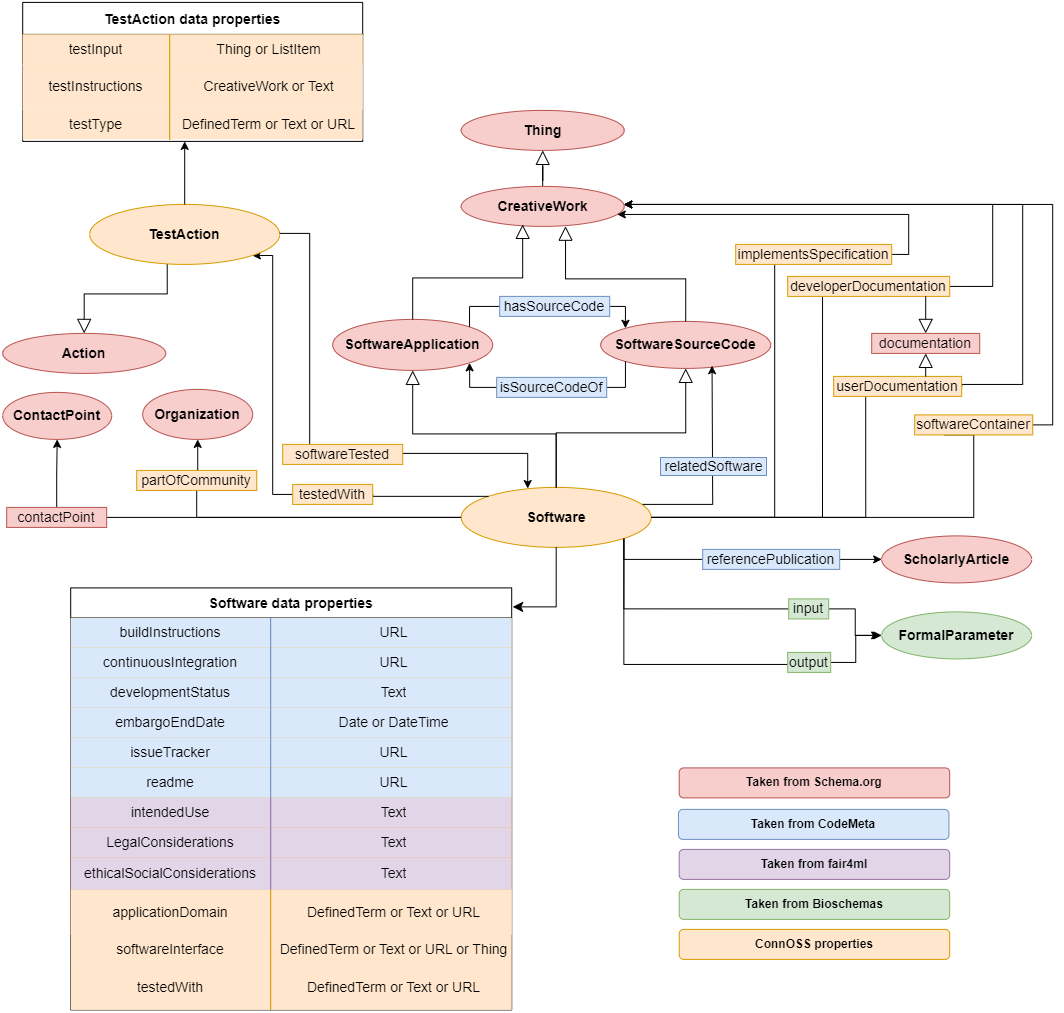
The draw.io diagram docs/ConnOSS_Schema_final_Minimum.drawio.png in ConnOSS-Project/vocab, before a commit. Source tidied: cells renumbered, new cells last; positions are measured from the earlier drawing's top-left corner, leaving out a move shared by most shapes.
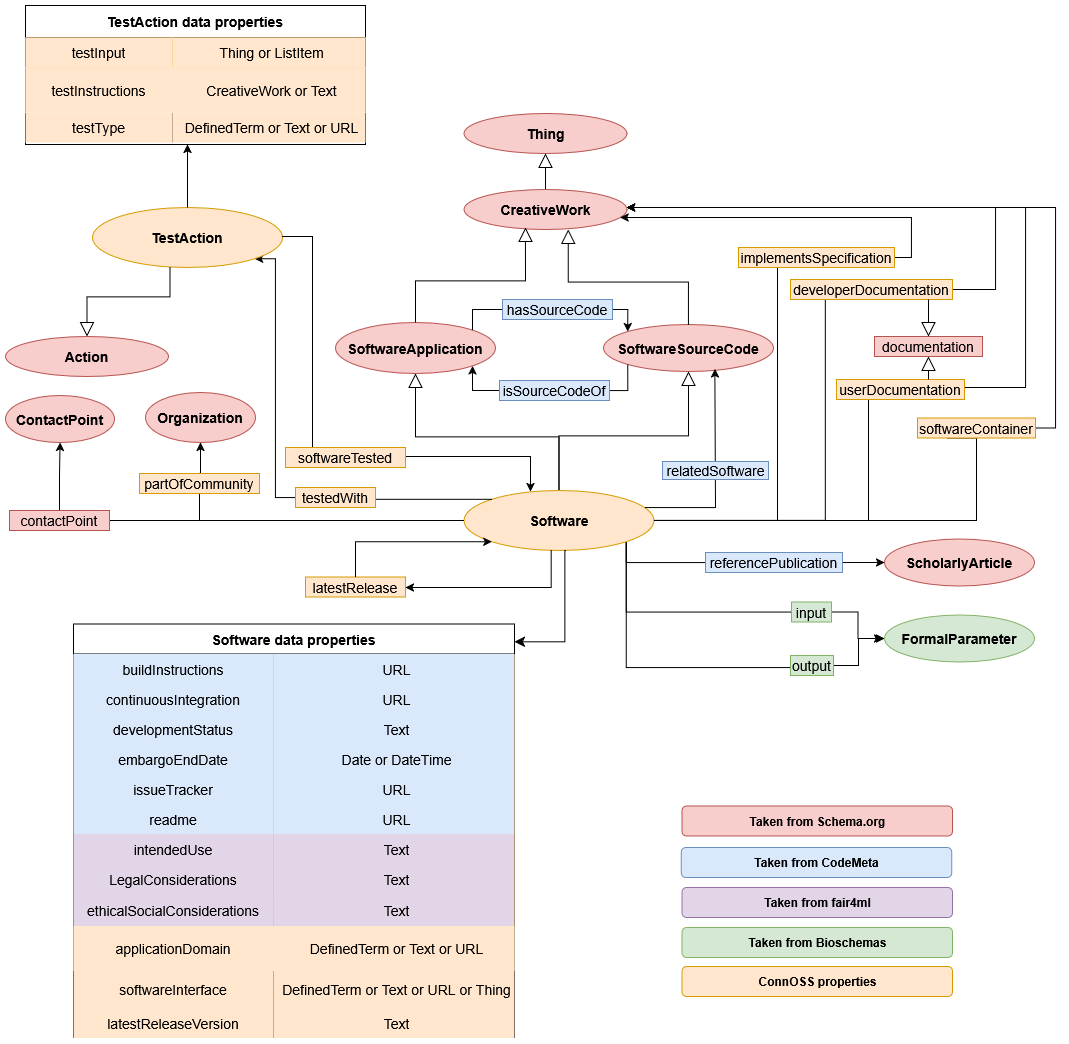
The same diagram one commit later.

What changed in the source:
```diff
@@ -236,7 +236,7 @@
       <mxGeometry x="134" y="468" width="120" height="20" as="geometry" />
     </mxCell>
     <mxCell id="53" value="Software data properties" style="shape=table;startSize=30;rowLines=0;fontStyle=1;fontSize=14;" parent="1" vertex="1">
-      <mxGeometry x="68" y="585.5" width="441" height="422" as="geometry" />
+      <mxGeometry x="68" y="618.5" width="441" height="413.5" as="geometry" />
     </mxCell>
     <mxCell id="54" style="shape=tableRow;horizontal=0;startSize=0;swimlaneHead=0;swimlaneBody=0;top=0;left=0;bottom=0;right=0;fillColor=#f0a30a;strokeColor=#BD7000;fontSize=14;fontColor=#000000;" parent="53" vertex="1">
       <mxGeometry y="30" width="441" height="30" as="geometry" />
@@ -329,37 +329,37 @@
       <mxGeometry x="200" width="241" height="45" as="geometry" />
     </mxCell>
     <mxCell id="84" style="shape=tableRow;horizontal=0;startSize=0;swimlaneHead=0;swimlaneBody=0;top=0;left=0;bottom=0;right=0;fillColor=none;strokeColor=inherit;fontSize=14;" parent="53" vertex="1">
-      <mxGeometry y="347" width="441" height="30" as="geometry" />
+      <mxGeometry y="347" width="441" height="37" as="geometry" />
     </mxCell>
     <mxCell id="85" value="&lt;font&gt;softwareInterface&lt;/font&gt;" style="shape=partialRectangle;html=1;whiteSpace=wrap;fillColor=#ffe6cc;top=0;left=0;bottom=0;right=0;overflow=hidden;strokeColor=#d79b00;fontSize=14;" parent="84" vertex="1">
-      <mxGeometry width="200" height="30" as="geometry" />
+      <mxGeometry width="200" height="37" as="geometry" />
     </mxCell>
     <mxCell id="86" value="DefinedTerm or Text or URL or Thing" style="shape=partialRectangle;html=1;whiteSpace=wrap;fillColor=#ffe6cc;top=0;left=0;bottom=0;right=0;align=center;spacingLeft=6;overflow=hidden;strokeColor=#d79b00;fontSize=14;" parent="84" vertex="1">
-      <mxGeometry x="200" width="241" height="30" as="geometry" />
+      <mxGeometry x="200" width="241" height="37" as="geometry" />
     </mxCell>
-    <mxCell id="87" style="shape=tableRow;horizontal=0;startSize=0;swimlaneHead=0;swimlaneBody=0;top=0;left=0;bottom=0;right=0;fillColor=none;strokeColor=inherit;fontSize=14;" parent="53" vertex="1">
-      <mxGeometry y="377" width="441" height="45" as="geometry" />
-    </mxCell>
-    <mxCell id="88" value="testedWith" style="shape=partialRectangle;html=1;whiteSpace=wrap;fillColor=#ffe6cc;top=0;left=0;bottom=0;right=0;overflow=hidden;strokeColor=#d79b00;fontSize=14;" parent="87" vertex="1">
-      <mxGeometry width="200" height="45" as="geometry" />
-    </mxCell>
-    <mxCell id="89" value="DefinedTerm or Text or URL" style="shape=partialRectangle;html=1;whiteSpace=wrap;fillColor=#ffe6cc;top=0;left=0;bottom=0;right=0;align=center;spacingLeft=6;overflow=hidden;strokeColor=#d79b00;fontSize=14;" parent="87" vertex="1">
-      <mxGeometry x="200" width="241" height="45" as="geometry" />
-    </mxCell>
+    <mxCell id="116" style="shape=tableRow;horizontal=0;startSize=0;swimlaneHead=0;swimlaneBody=0;top=0;left=0;bottom=0;right=0;fillColor=none;strokeColor=inherit;fontSize=14;" parent="53" vertex="1">
+      <mxGeometry y="384" width="441" height="30" as="geometry" />
+    </mxCell>
+    <mxCell id="117" value="&lt;font&gt;latestReleaseVersion&lt;/font&gt;" style="shape=partialRectangle;html=1;whiteSpace=wrap;fillColor=#ffe6cc;top=0;left=0;bottom=0;right=0;overflow=hidden;strokeColor=#d79b00;fontSize=14;" parent="116" vertex="1">
+      <mxGeometry width="200" height="30" as="geometry" />
+    </mxCell>
+    <mxCell id="118" value="Text" style="shape=partialRectangle;html=1;whiteSpace=wrap;fillColor=#ffe6cc;top=0;left=0;bottom=0;right=0;align=center;spacingLeft=6;overflow=hidden;strokeColor=#d79b00;fontSize=14;" parent="116" vertex="1">
+      <mxGeometry x="200" width="241" height="30" as="geometry" />
+    </mxCell>
     <mxCell id="90" value="Taken from Schema.org" style="rounded=1;whiteSpace=wrap;html=1;fillColor=#f8cecc;strokeColor=#b85450;fontStyle=1;" parent="1" vertex="1">
-      <mxGeometry x="676.5" y="765.5" width="270.5" height="30" as="geometry" />
+      <mxGeometry x="676.5" y="800.5" width="270.5" height="30" as="geometry" />
     </mxCell>
     <mxCell id="91" value="Taken from CodeMeta" style="rounded=1;whiteSpace=wrap;html=1;fillColor=#dae8fc;strokeColor=#6c8ebf;fontStyle=1;" parent="1" vertex="1">
-      <mxGeometry x="675.8" y="807" width="270.5" height="30" as="geometry" />
+      <mxGeometry x="675.8" y="842" width="270.5" height="30" as="geometry" />
     </mxCell>
     <mxCell id="92" value="Taken from Bioschemas" style="rounded=1;whiteSpace=wrap;html=1;fillColor=#d5e8d4;strokeColor=#82b366;fontStyle=1;" parent="1" vertex="1">
-      <mxGeometry x="676.5" y="887" width="270.5" height="30" as="geometry" />
+      <mxGeometry x="676.5" y="922" width="270.5" height="30" as="geometry" />
     </mxCell>
     <mxCell id="93" value="Taken from fair4ml" style="rounded=1;whiteSpace=wrap;html=1;fillColor=#e1d5e7;strokeColor=#9673a6;fontStyle=1;" parent="1" vertex="1">
-      <mxGeometry x="676.5" y="847" width="270.5" height="30" as="geometry" />
+      <mxGeometry x="676.5" y="882" width="270.5" height="30" as="geometry" />
     </mxCell>
     <mxCell id="94" value="ConnOSS properties" style="rounded=1;whiteSpace=wrap;html=1;fillColor=#ffe6cc;strokeColor=#d79b00;fontStyle=1;" parent="1" vertex="1">
-      <mxGeometry x="676.5" y="927" width="270.5" height="30" as="geometry" />
+      <mxGeometry x="676.5" y="961" width="270.5" height="30" as="geometry" />
     </mxCell>
     <mxCell id="95" style="endArrow=classic;html=1;rounded=0;entryX=0.655;entryY=0.943;entryDx=0;entryDy=0;entryPerimeter=0;" parent="1" edge="1" target="15">
       <mxGeometry relative="1" as="geometry">
@@ -441,13 +441,33 @@
     <mxCell id="114" value="testedWith" style="text;html=1;whiteSpace=wrap;strokeColor=#d79b00;fillColor=#ffe6cc;align=center;verticalAlign=middle;rounded=0;fontSize=14;" parent="1" vertex="1">
       <mxGeometry x="290" y="482" width="80" height="20" as="geometry" />
     </mxCell>
-    <mxCell id="115" style="edgeStyle=segmentEdgeStyle;endArrow=classic;html=1;curved=0;rounded=0;endSize=8;startSize=8;exitX=0.5;exitY=1;exitDx=0;exitDy=0;" parent="1" edge="1" source="11">
+    <mxCell id="115" style="edgeStyle=segmentEdgeStyle;endArrow=classic;html=1;curved=0;rounded=0;endSize=8;startSize=8;exitX=0.5;exitY=1;exitDx=0;exitDy=0;" parent="1" edge="1" target="53">
       <mxGeometry relative="1" as="geometry">
-        <mxPoint x="510" y="604.5" as="targetPoint" />
+        <mxPoint x="560.5" y="545" as="sourcePoint" />
         <Array as="points">
-          <mxPoint x="553.5" y="604.5" />
+          <mxPoint x="559.5" y="636.2" />
         </Array>
       </mxGeometry>
     </mxCell>
+    <mxCell id="119" style="endArrow=classic;html=1;rounded=0;exitX=0.407;exitY=1.05;exitDx=0;exitDy=0;exitPerimeter=0;" parent="1" edge="1">
+      <mxGeometry relative="1" as="geometry">
+        <mxPoint x="545.8" y="545" as="sourcePoint" />
+        <mxPoint x="400" y="582" as="targetPoint" />
+        <Array as="points">
+          <mxPoint x="545.8" y="582" />
+        </Array>
+      </mxGeometry>
+    </mxCell>
+    <mxCell id="120" value="latestRelease" style="text;html=1;whiteSpace=wrap;strokeColor=#d79b00;fillColor=#ffe6cc;align=center;verticalAlign=middle;rounded=0;fontSize=14;" parent="1" vertex="1">
+      <mxGeometry x="300" y="571.5" width="100" height="20" as="geometry" />
+    </mxCell>
+    <mxCell id="121" style="endArrow=classic;html=1;rounded=0;entryX=0;entryY=1;entryDx=0;entryDy=0;" parent="1" edge="1" target="11">
+      <mxGeometry relative="1" as="geometry">
+        <mxPoint x="350" y="571.5" as="sourcePoint" />
+        <Array as="points">
+          <mxPoint x="350" y="536.2" />
+        </Array>
+      </mxGeometry>
+    </mxCell>
   </root>
 </mxGraphModel>
```
